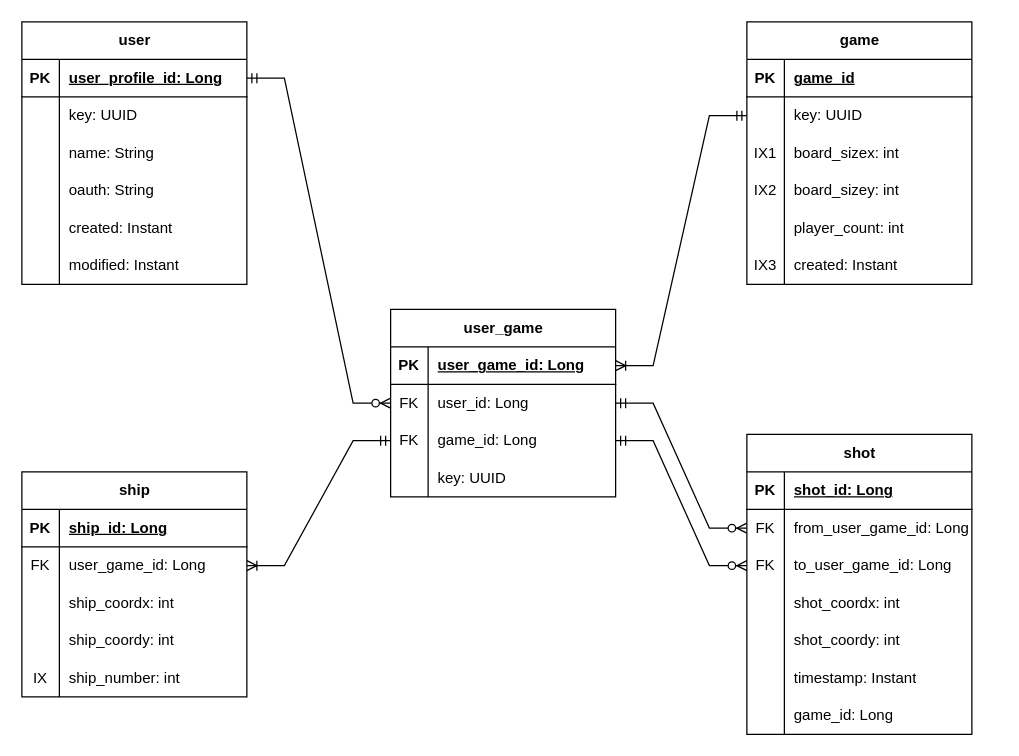
Earlier version of the draw.io diagram docs/work/erd.drawio (ddc-java-17/cutthroat-battleship-docs). Source tidied: cells renumbered, new cells numbered last; positions are measured from the earlier drawing's top-left corner, leaving out a move shared by most shapes. Both pictures are drawn from the tidied source at 125%, with x=0, y=0 at pixel (21, 21).
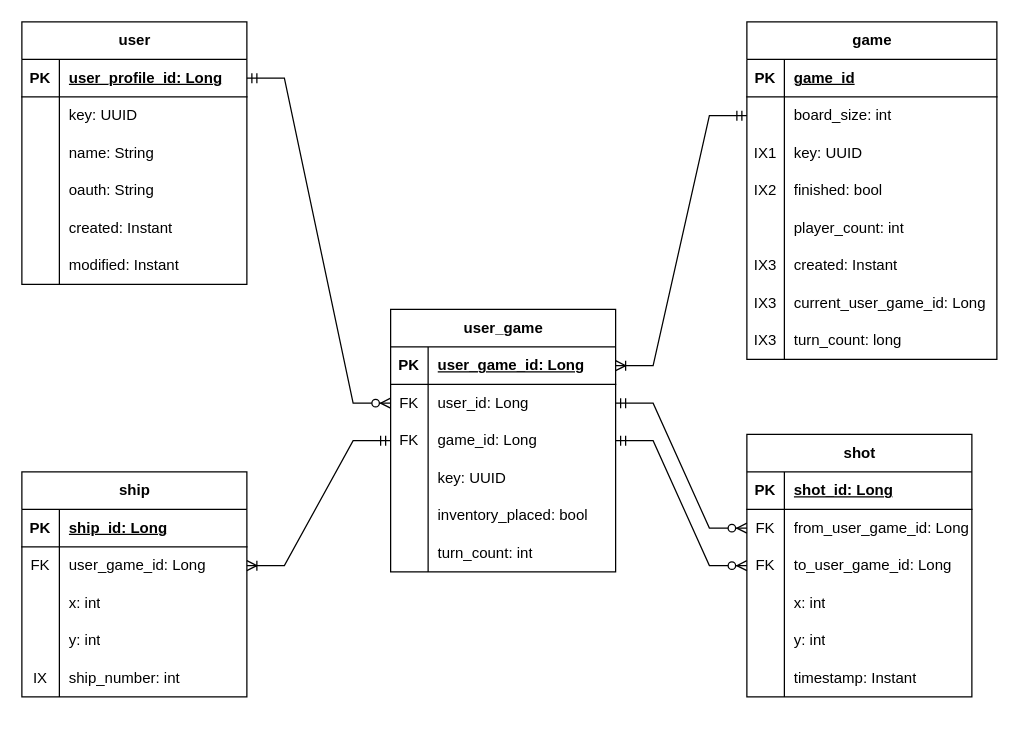
The same page after the edit.

The change refers to these unchanged cells:
```xml
<mxCell id="63" style="shape=tableRow;horizontal=0;startSize=0;swimlaneHead=0;swimlaneBody=0;fillColor=none;top=0;left=0;right=0;bottom=0;" parent="53" vertex="1">
  <mxGeometry y="120" width="180" height="30" as="geometry" />
</mxCell>
<mxCell id="66" style="shape=tableRow;horizontal=0;startSize=0;swimlaneHead=0;swimlaneBody=0;fillColor=none;top=0;left=0;right=0;bottom=0;" parent="53" vertex="1">
  <mxGeometry y="150" width="180" height="30" as="geometry" />
</mxCell>
<mxCell id="82" style="shape=tableRow;horizontal=0;startSize=0;swimlaneHead=0;swimlaneBody=0;fillColor=none;top=0;left=0;right=0;bottom=0;" parent="75" vertex="1">
  <mxGeometry y="90" width="180" height="30" as="geometry" />
</mxCell>
<mxCell id="85" style="shape=tableRow;horizontal=0;startSize=0;swimlaneHead=0;swimlaneBody=0;fillColor=none;top=0;left=0;right=0;bottom=0;" parent="75" vertex="1">
  <mxGeometry y="120" width="180" height="30" as="geometry" />
</mxCell>
```

What changed in the source:
```diff
@@
     <mxCell id="21" value="game" style="shape=table;startSize=30;childLayout=tableLayout;rowLines=0;fontStyle=1;align=center;html=1;" parent="1" vertex="1">
-      <mxGeometry x="580" width="180" height="210" as="geometry" />
+      <mxGeometry x="580" width="200" height="270" as="geometry" />
     </mxCell>
     <mxCell id="22" style="shape=tableRow;horizontal=0;startSize=0;swimlaneHead=0;swimlaneBody=0;fillColor=none;top=0;left=0;right=0;bottom=1;" parent="21" vertex="1">
-      <mxGeometry y="30" width="180" height="30" as="geometry" />
+      <mxGeometry y="30" width="200" height="30" as="geometry" />
     </mxCell>
@@
     <mxCell id="24" value="game_id" style="shape=partialRectangle;fillColor=none;top=0;left=0;bottom=0;right=0;align=left;spacingLeft=6;fontStyle=5;overflow=hidden;whiteSpace=wrap;html=1;" parent="22" vertex="1">
-      <mxGeometry x="30" width="150" height="30" as="geometry" />
+      <mxGeometry x="30" width="170" height="30" as="geometry" />
     </mxCell>
     <mxCell id="25" style="shape=tableRow;horizontal=0;startSize=0;swimlaneHead=0;swimlaneBody=0;fillColor=none;points=[[0,0.5],[1,0.5]];portConstraint=eastwest;top=0;left=0;right=0;bottom=0;" parent="21" vertex="1">
-      <mxGeometry y="60" width="180" height="30" as="geometry" />
+      <mxGeometry y="60" width="200" height="30" as="geometry" />
     </mxCell>
@@
-    <mxCell id="27" value="key: UUID" style="shape=partialRectangle;fillColor=none;top=0;left=0;bottom=0;right=0;align=left;spacingLeft=6;overflow=hidden;whiteSpace=wrap;html=1;" parent="25" vertex="1">
-      <mxGeometry x="30" width="150" height="30" as="geometry" />
+    <mxCell id="27" value="board_size: int" style="shape=partialRectangle;fillColor=none;top=0;left=0;bottom=0;right=0;align=left;spacingLeft=6;overflow=hidden;whiteSpace=wrap;html=1;" parent="25" vertex="1">
+      <mxGeometry x="30" width="170" height="30" as="geometry" />
     </mxCell>
     <mxCell id="28" style="shape=tableRow;horizontal=0;startSize=0;swimlaneHead=0;swimlaneBody=0;fillColor=none;top=0;left=0;right=0;bottom=0;" parent="21" vertex="1">
-      <mxGeometry y="90" width="180" height="30" as="geometry" />
+      <mxGeometry y="90" width="200" height="30" as="geometry" />
     </mxCell>
@@
-    <mxCell id="30" value="board_sizex: int" style="shape=partialRectangle;fillColor=none;top=0;left=0;bottom=0;right=0;align=left;spacingLeft=6;overflow=hidden;whiteSpace=wrap;html=1;" parent="28" vertex="1">
-      <mxGeometry x="30" width="150" height="30" as="geometry" />
+    <mxCell id="30" value="key: UUID" style="shape=partialRectangle;fillColor=none;top=0;left=0;bottom=0;right=0;align=left;spacingLeft=6;overflow=hidden;whiteSpace=wrap;html=1;" parent="28" vertex="1">
+      <mxGeometry x="30" width="170" height="30" as="geometry" />
     </mxCell>
     <mxCell id="31" style="shape=tableRow;horizontal=0;startSize=0;swimlaneHead=0;swimlaneBody=0;fillColor=none;top=0;left=0;right=0;bottom=0;" parent="21" vertex="1">
-      <mxGeometry y="120" width="180" height="30" as="geometry" />
+      <mxGeometry y="120" width="200" height="30" as="geometry" />
     </mxCell>
@@
-    <mxCell id="33" value="board_sizey: int" style="shape=partialRectangle;fillColor=none;top=0;left=0;bottom=0;right=0;align=left;spacingLeft=6;overflow=hidden;whiteSpace=wrap;html=1;" parent="31" vertex="1">
-      <mxGeometry x="30" width="150" height="30" as="geometry" />
+    <mxCell id="33" value="finished: bool" style="shape=partialRectangle;fillColor=none;top=0;left=0;bottom=0;right=0;align=left;spacingLeft=6;overflow=hidden;whiteSpace=wrap;html=1;" parent="31" vertex="1">
+      <mxGeometry x="30" width="170" height="30" as="geometry" />
     </mxCell>
     <mxCell id="34" style="shape=tableRow;horizontal=0;startSize=0;swimlaneHead=0;swimlaneBody=0;fillColor=none;top=0;left=0;right=0;bottom=0;" parent="21" vertex="1">
-      <mxGeometry y="150" width="180" height="30" as="geometry" />
+      <mxGeometry y="150" width="200" height="30" as="geometry" />
     </mxCell>
@@
     <mxCell id="36" value="player_count: int" style="shape=partialRectangle;fillColor=none;top=0;left=0;bottom=0;right=0;align=left;spacingLeft=6;overflow=hidden;whiteSpace=wrap;html=1;" parent="34" vertex="1">
-      <mxGeometry x="30" width="150" height="30" as="geometry" />
+      <mxGeometry x="30" width="170" height="30" as="geometry" />
     </mxCell>
     <mxCell id="37" style="shape=tableRow;horizontal=0;startSize=0;swimlaneHead=0;swimlaneBody=0;fillColor=none;top=0;left=0;right=0;bottom=0;" parent="21" vertex="1">
-      <mxGeometry y="180" width="180" height="30" as="geometry" />
+      <mxGeometry y="180" width="200" height="30" as="geometry" />
     </mxCell>
@@
     <mxCell id="39" value="created: Instant" style="shape=partialRectangle;fillColor=none;top=0;left=0;bottom=0;right=0;align=left;spacingLeft=6;overflow=hidden;whiteSpace=wrap;html=1;" parent="37" vertex="1">
-      <mxGeometry x="30" width="150" height="30" as="geometry" />
+      <mxGeometry x="30" width="170" height="30" as="geometry" />
     </mxCell>
+    <mxCell id="96" style="shape=tableRow;horizontal=0;startSize=0;swimlaneHead=0;swimlaneBody=0;fillColor=none;top=0;left=0;right=0;bottom=0;" parent="21" vertex="1">
+      <mxGeometry y="210" width="200" height="30" as="geometry" />
+    </mxCell>
+    <mxCell id="97" value="IX3" style="shape=partialRectangle;fillColor=none;top=0;left=0;bottom=0;right=0;overflow=hidden;whiteSpace=wrap;html=1;" parent="96" vertex="1">
+      <mxGeometry width="30" height="30" as="geometry" />
+    </mxCell>
+    <mxCell id="98" value="current_user_game_id: Long" style="shape=partialRectangle;fillColor=none;top=0;left=0;bottom=0;right=0;align=left;spacingLeft=6;overflow=hidden;whiteSpace=wrap;html=1;" parent="96" vertex="1">
+      <mxGeometry x="30" width="170" height="30" as="geometry" />
+    </mxCell>
+    <mxCell id="99" style="shape=tableRow;horizontal=0;startSize=0;swimlaneHead=0;swimlaneBody=0;fillColor=none;top=0;left=0;right=0;bottom=0;" parent="21" vertex="1">
+      <mxGeometry y="240" width="200" height="30" as="geometry" />
+    </mxCell>
+    <mxCell id="100" value="IX3" style="shape=partialRectangle;fillColor=none;top=0;left=0;bottom=0;right=0;overflow=hidden;whiteSpace=wrap;html=1;" parent="99" vertex="1">
+      <mxGeometry width="30" height="30" as="geometry" />
+    </mxCell>
+    <mxCell id="101" value="turn_count: long" style="shape=partialRectangle;fillColor=none;top=0;left=0;bottom=0;right=0;align=left;spacingLeft=6;overflow=hidden;whiteSpace=wrap;html=1;" parent="99" vertex="1">
+      <mxGeometry x="30" width="170" height="30" as="geometry" />
+    </mxCell>
     <mxCell id="40" value="user_game" style="shape=table;startSize=30;childLayout=tableLayout;rowLines=0;fontStyle=1;align=center;html=1;" parent="1" vertex="1">
-      <mxGeometry x="295" y="230" width="180" height="150" as="geometry" />
+      <mxGeometry x="295" y="230" width="180" height="210" as="geometry" />
     </mxCell>
@@
+    <mxCell id="102" style="shape=tableRow;horizontal=0;startSize=0;swimlaneHead=0;swimlaneBody=0;fillColor=none;top=0;left=0;right=0;bottom=0;" parent="40" vertex="1">
+      <mxGeometry y="150" width="180" height="30" as="geometry" />
+    </mxCell>
+    <mxCell id="103" style="shape=partialRectangle;fillColor=none;top=0;left=0;bottom=0;right=0;overflow=hidden;whiteSpace=wrap;html=1;" parent="102" vertex="1">
+      <mxGeometry width="30" height="30" as="geometry" />
+    </mxCell>
+    <mxCell id="104" value="inventory_placed: bool" style="shape=partialRectangle;fillColor=none;top=0;left=0;bottom=0;right=0;align=left;spacingLeft=6;overflow=hidden;whiteSpace=wrap;html=1;" parent="102" vertex="1">
+      <mxGeometry x="30" width="150" height="30" as="geometry" />
+    </mxCell>
+    <mxCell id="105" style="shape=tableRow;horizontal=0;startSize=0;swimlaneHead=0;swimlaneBody=0;fillColor=none;top=0;left=0;right=0;bottom=0;" parent="40" vertex="1">
+      <mxGeometry y="180" width="180" height="30" as="geometry" />
+    </mxCell>
+    <mxCell id="106" style="shape=partialRectangle;fillColor=none;top=0;left=0;bottom=0;right=0;overflow=hidden;whiteSpace=wrap;html=1;" parent="105" vertex="1">
+      <mxGeometry width="30" height="30" as="geometry" />
+    </mxCell>
+    <mxCell id="107" value="turn_count: int" style="shape=partialRectangle;fillColor=none;top=0;left=0;bottom=0;right=0;align=left;spacingLeft=6;overflow=hidden;whiteSpace=wrap;html=1;" parent="105" vertex="1">
+      <mxGeometry x="30" width="150" height="30" as="geometry" />
+    </mxCell>
     <mxCell id="53" value="shot" style="shape=table;startSize=30;childLayout=tableLayout;rowLines=0;fontStyle=1;align=center;html=1;" parent="1" vertex="1">
-      <mxGeometry x="580" y="330" width="180" height="240" as="geometry" />
+      <mxGeometry x="580" y="330" width="180" height="210" as="geometry" />
     </mxCell>
@@
-    <mxCell id="65" value="shot_coordx: int" style="shape=partialRectangle;fillColor=none;top=0;left=0;bottom=0;right=0;align=left;spacingLeft=6;overflow=hidden;whiteSpace=wrap;html=1;" parent="63" vertex="1">
+    <mxCell id="65" value="x: int" style="shape=partialRectangle;fillColor=none;top=0;left=0;bottom=0;right=0;align=left;spacingLeft=6;overflow=hidden;whiteSpace=wrap;html=1;" parent="63" vertex="1">
       <mxGeometry x="30" width="150" height="30" as="geometry" />
     </mxCell>
@@
-    <mxCell id="68" value="shot_coordy: int" style="shape=partialRectangle;fillColor=none;top=0;left=0;bottom=0;right=0;align=left;spacingLeft=6;overflow=hidden;whiteSpace=wrap;html=1;" parent="66" vertex="1">
+    <mxCell id="68" value="y: int" style="shape=partialRectangle;fillColor=none;top=0;left=0;bottom=0;right=0;align=left;spacingLeft=6;overflow=hidden;whiteSpace=wrap;html=1;" parent="66" vertex="1">
       <mxGeometry x="30" width="150" height="30" as="geometry" />
     </mxCell>
@@
-    <mxCell id="72" style="shape=tableRow;horizontal=0;startSize=0;swimlaneHead=0;swimlaneBody=0;fillColor=none;top=0;left=0;right=0;bottom=0;" parent="53" vertex="1">
-      <mxGeometry y="210" width="180" height="30" as="geometry" />
-    </mxCell>
-    <mxCell id="73" style="shape=partialRectangle;fillColor=none;top=0;left=0;bottom=0;right=0;overflow=hidden;whiteSpace=wrap;html=1;" parent="72" vertex="1">
-      <mxGeometry width="30" height="30" as="geometry" />
-    </mxCell>
-    <mxCell id="74" value="game_id: Long" style="shape=partialRectangle;fillColor=none;top=0;left=0;bottom=0;right=0;align=left;spacingLeft=6;overflow=hidden;whiteSpace=wrap;html=1;" parent="72" vertex="1">
-      <mxGeometry x="30" width="150" height="30" as="geometry" />
-    </mxCell>
@@
-    <mxCell id="84" value="ship_coordx: int" style="shape=partialRectangle;fillColor=none;top=0;left=0;bottom=0;right=0;align=left;spacingLeft=6;overflow=hidden;whiteSpace=wrap;html=1;" parent="82" vertex="1">
+    <mxCell id="84" value="x: int" style="shape=partialRectangle;fillColor=none;top=0;left=0;bottom=0;right=0;align=left;spacingLeft=6;overflow=hidden;whiteSpace=wrap;html=1;" parent="82" vertex="1">
       <mxGeometry x="30" width="150" height="30" as="geometry" />
     </mxCell>
@@
-    <mxCell id="87" value="ship_coordy: int" style="shape=partialRectangle;fillColor=none;top=0;left=0;bottom=0;right=0;align=left;spacingLeft=6;overflow=hidden;whiteSpace=wrap;html=1;" parent="85" vertex="1">
+    <mxCell id="87" value="y: int" style="shape=partialRectangle;fillColor=none;top=0;left=0;bottom=0;right=0;align=left;spacingLeft=6;overflow=hidden;whiteSpace=wrap;html=1;" parent="85" vertex="1">
       <mxGeometry x="30" width="150" height="30" as="geometry" />
     </mxCell>
```
